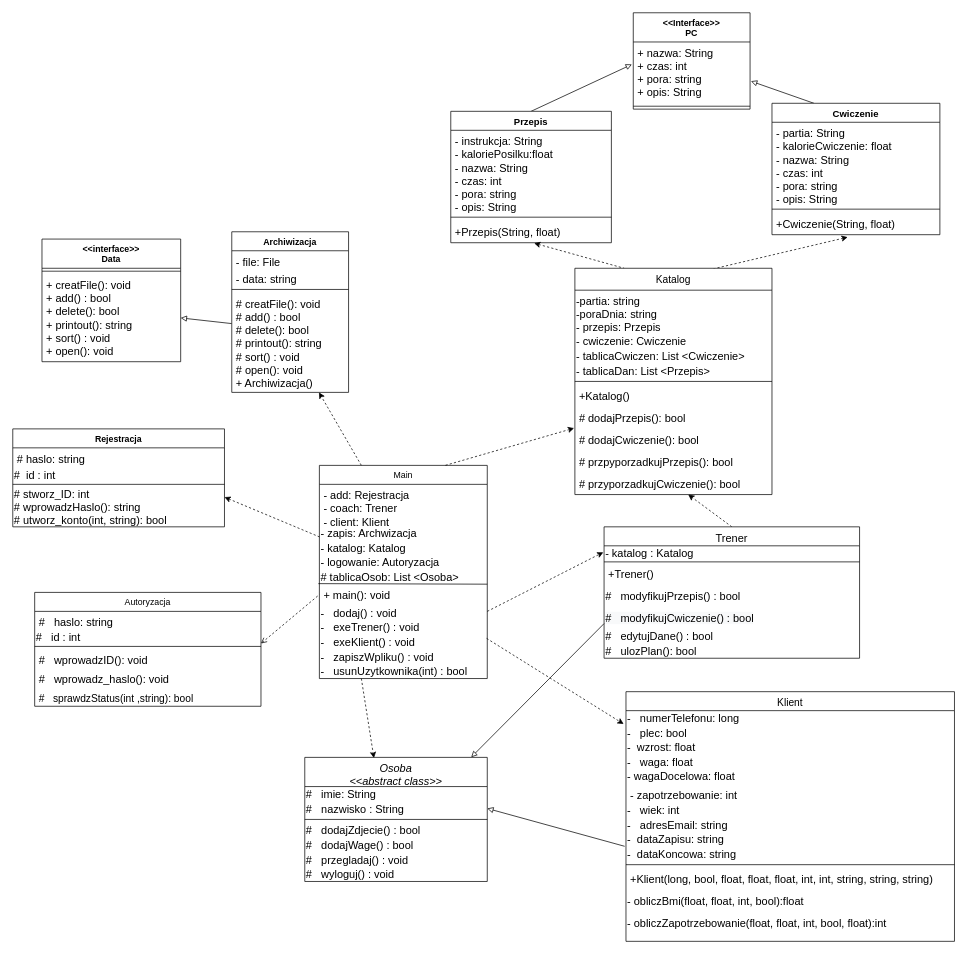
This is Untitled Diagram.drawio from szarl/Projekt-Programowanie-Obiektowe, a draw.io file, before an edit. Source tidied: cells renumbered, new cells numbered last; positions are measured from the earlier drawing's top-left corner, leaving out a move shared by most shapes. Both pictures are drawn from the tidied source at 73%, with x=0, y=0 at pixel (12, 12).
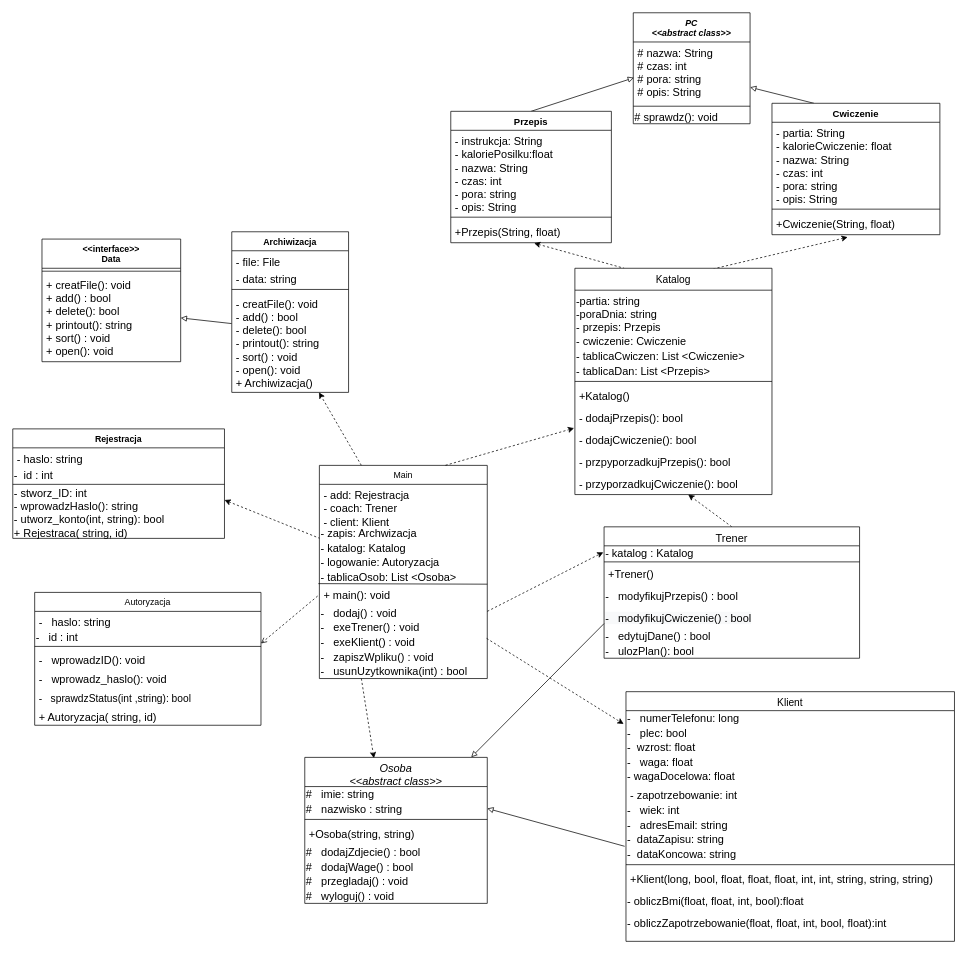
After the change.

Unchanged cells that the change refers to:
```xml
<mxCell id="4" value="Trener" style="swimlane;fontStyle=0;align=center;verticalAlign=top;horizontal=1;startSize=26;rounded=0;shadow=0;strokeWidth=1;fontSize=15;" parent="1" vertex="1">
  <mxGeometry x="810" y="704.2" width="350" height="180" as="geometry" />
</mxCell>
<mxCell id="14" value="Cwiczenie" style="swimlane;fontStyle=1;align=center;verticalAlign=top;horizontal=1;startSize=26;fontSize=13;" parent="1" vertex="1">
  <mxGeometry x="1040" y="124" width="230" height="180" as="geometry" />
</mxCell>
<mxCell id="20" value="Przepis" style="swimlane;fontStyle=1;align=center;verticalAlign=top;horizontal=1;startSize=26;fontSize=13;" parent="1" vertex="1">
  <mxGeometry x="600" y="135" width="220" height="180" as="geometry" />
</mxCell>
<mxCell id="48" value="Katalog" style="swimlane;fontStyle=0;align=center;verticalAlign=top;horizontal=1;startSize=30;rounded=0;shadow=0;strokeWidth=1;fontSize=14;" parent="1" vertex="1">
  <mxGeometry x="770" y="350" width="270" height="310" as="geometry" />
</mxCell>
<mxCell id="60" value="Main" style="swimlane;fontStyle=0;align=center;verticalAlign=top;horizontal=1;startSize=26;rounded=0;shadow=0;strokeWidth=1;" parent="1" vertex="1">
  <mxGeometry x="420" y="620" width="230" height="292" as="geometry" />
</mxCell>
<mxCell id="73" value="Archiwizacja" style="swimlane;fontStyle=1;align=center;verticalAlign=top;horizontal=1;startSize=26;" parent="1" vertex="1">
  <mxGeometry x="300" y="300" width="160" height="220" as="geometry" />
</mxCell>
```

Diff of the diagram source:
```diff
@@
-    <mxCell id="8" value="#&amp;nbsp; &amp;nbsp;modyfikujPrzepis() : bool" style="text;whiteSpace=wrap;html=1;fontSize=15;" parent="4" vertex="1">
+    <mxCell id="8" value="-&amp;nbsp; &amp;nbsp;modyfikujPrzepis() : bool" style="text;whiteSpace=wrap;html=1;fontSize=15;" parent="4" vertex="1">
       <mxGeometry y="80" width="350" height="30" as="geometry" />
     </mxCell>
-    <mxCell id="9" value="&lt;span style=&quot;color: rgb(0 , 0 , 0) ; font-family: &amp;#34;helvetica&amp;#34; ; font-size: 15px ; font-style: normal ; font-weight: 400 ; letter-spacing: normal ; text-align: left ; text-indent: 0px ; text-transform: none ; word-spacing: 0px ; background-color: rgb(248 , 249 , 250) ; display: inline ; float: none&quot;&gt;#&amp;nbsp; &amp;nbsp;modyfikujCwiczenie() : bool&lt;/span&gt;" style="text;whiteSpace=wrap;html=1;" parent="4" vertex="1">
+    <mxCell id="9" value="&lt;span style=&quot;color: rgb(0 , 0 , 0) ; font-family: &amp;#34;helvetica&amp;#34; ; font-size: 15px ; font-style: normal ; font-weight: 400 ; letter-spacing: normal ; text-align: left ; text-indent: 0px ; text-transform: none ; word-spacing: 0px ; background-color: rgb(248 , 249 , 250) ; display: inline ; float: none&quot;&gt;-&amp;nbsp; &amp;nbsp;modyfikujCwiczenie() : bool&lt;/span&gt;" style="text;whiteSpace=wrap;html=1;" parent="4" vertex="1">
       <mxGeometry y="110" width="350" height="30" as="geometry" />
     </mxCell>
-    <mxCell id="10" value="#&amp;nbsp; &amp;nbsp;edytujDane() : bool" style="text;html=1;align=left;verticalAlign=middle;strokeColor=none;fontSize=15;" parent="4" vertex="1">
+    <mxCell id="10" value="-&amp;nbsp; &amp;nbsp;edytujDane() : bool" style="text;html=1;align=left;verticalAlign=middle;strokeColor=none;fontSize=15;" parent="4" vertex="1">
       <mxGeometry y="140" width="350" height="20" as="geometry" />
     </mxCell>
-    <mxCell id="11" value="#&amp;nbsp; &amp;nbsp;ulozPlan(): bool" style="text;html=1;align=left;verticalAlign=middle;strokeColor=none;fontSize=15;" parent="4" vertex="1">
+    <mxCell id="11" value="-&amp;nbsp; &amp;nbsp;ulozPlan(): bool" style="text;html=1;align=left;verticalAlign=middle;strokeColor=none;fontSize=15;" parent="4" vertex="1">
       <mxGeometry y="160" width="350" height="20" as="geometry" />
     </mxCell>
@@
-    <mxCell id="13" style="edgeStyle=none;rounded=0;jettySize=auto;html=1;exitX=0.25;exitY=0;exitDx=0;exitDy=0;entryX=1.008;entryY=0.64;entryDx=0;entryDy=0;entryPerimeter=0;endArrow=block;endFill=0;" parent="1" edge="1" source="14" target="100">
+    <mxCell id="13" style="edgeStyle=none;rounded=0;jettySize=auto;html=1;exitX=0.25;exitY=0;exitDx=0;exitDy=0;endArrow=block;endFill=0;" parent="1" edge="1" source="14" target="100">
       <mxGeometry relative="1" as="geometry" />
     </mxCell>
@@
-    <mxCell id="19" style="rounded=0;jettySize=auto;html=1;exitX=0.5;exitY=0;exitDx=0;exitDy=0;entryX=-0.012;entryY=0.366;entryDx=0;entryDy=0;entryPerimeter=0;endArrow=block;endFill=0;" parent="1" edge="1" source="20" target="100">
+    <mxCell id="19" style="rounded=0;jettySize=auto;html=1;exitX=0.5;exitY=0;exitDx=0;exitDy=0;entryX=0.006;entryY=0.583;entryDx=0;entryDy=0;entryPerimeter=0;endArrow=block;endFill=0;" parent="1" edge="1" source="20" target="100">
       <mxGeometry relative="1" as="geometry" />
     </mxCell>
@@
     <mxCell id="41" value="Autoryzacja" style="swimlane;fontStyle=0;align=center;verticalAlign=top;horizontal=1;startSize=26;rounded=0;shadow=0;strokeWidth=1;" parent="1" vertex="1">
-      <mxGeometry x="30" y="794" width="310" height="156" as="geometry" />
+      <mxGeometry x="30" y="794" width="310" height="182" as="geometry" />
     </mxCell>
-    <mxCell id="42" value="#   haslo: string" style="text;align=left;verticalAlign=top;spacingLeft=4;spacingRight=4;overflow=hidden;rounded=0;shadow=0;html=0;fontSize=15;" parent="41" vertex="1">
+    <mxCell id="42" value="-   haslo: string" style="text;align=left;verticalAlign=top;spacingLeft=4;spacingRight=4;overflow=hidden;rounded=0;shadow=0;html=0;fontSize=15;" parent="41" vertex="1">
       <mxGeometry y="26" width="310" height="24" as="geometry" />
     </mxCell>
-    <mxCell id="43" value="#   id : int" style="text;align=left;verticalAlign=middle;spacingLeft=0;spacingRight=0;overflow=hidden;rounded=0;shadow=0;html=0;fontSize=15;" parent="41" vertex="1">
+    <mxCell id="43" value="-   id : int" style="text;align=left;verticalAlign=middle;spacingLeft=0;spacingRight=0;overflow=hidden;rounded=0;shadow=0;html=0;fontSize=15;" parent="41" vertex="1">
       <mxGeometry y="50" width="310" height="20" as="geometry" />
     </mxCell>
@@
-    <mxCell id="45" value="#   wprowadzID(): void" style="text;align=left;verticalAlign=top;spacingLeft=4;spacingRight=4;overflow=hidden;fontSize=15;" parent="41" vertex="1">
+    <mxCell id="45" value="-   wprowadzID(): void" style="text;align=left;verticalAlign=top;spacingLeft=4;spacingRight=4;overflow=hidden;fontSize=15;" parent="41" vertex="1">
       <mxGeometry y="78" width="310" height="26" as="geometry" />
     </mxCell>
-    <mxCell id="46" value="#   wprowadz_haslo(): void" style="text;align=left;verticalAlign=top;spacingLeft=4;spacingRight=4;overflow=hidden;fontSize=15;" parent="41" vertex="1">
+    <mxCell id="46" value="-   wprowadz_haslo(): void" style="text;align=left;verticalAlign=top;spacingLeft=4;spacingRight=4;overflow=hidden;fontSize=15;" parent="41" vertex="1">
       <mxGeometry y="104" width="310" height="26" as="geometry" />
     </mxCell>
-    <mxCell id="47" value="#   sprawdzStatus(int ,string): bool" style="text;align=left;verticalAlign=top;spacingLeft=4;spacingRight=4;overflow=hidden;fontSize=14;" parent="41" vertex="1">
+    <mxCell id="47" value="-   sprawdzStatus(int ,string): bool" style="text;align=left;verticalAlign=top;spacingLeft=4;spacingRight=4;overflow=hidden;fontSize=14;" parent="41" vertex="1">
       <mxGeometry y="130" width="310" height="26" as="geometry" />
     </mxCell>
+    <mxCell id="102" value="+ Autoryzacja( string, id)" style="text;align=left;verticalAlign=top;spacingLeft=4;spacingRight=4;overflow=hidden;fontSize=15;" parent="41" vertex="1">
+      <mxGeometry y="156" width="310" height="26" as="geometry" />
+    </mxCell>
@@
-    <mxCell id="54" value="# dodajPrzepis(): bool" style="text;align=left;verticalAlign=top;spacingLeft=4;spacingRight=4;overflow=hidden;fontSize=15;" parent="48" vertex="1">
+    <mxCell id="54" value="- dodajPrzepis(): bool" style="text;align=left;verticalAlign=top;spacingLeft=4;spacingRight=4;overflow=hidden;fontSize=15;" parent="48" vertex="1">
       <mxGeometry y="190" width="270" height="30" as="geometry" />
     </mxCell>
-    <mxCell id="55" value="# dodajCwiczenie(): bool" style="text;align=left;verticalAlign=top;spacingLeft=4;spacingRight=4;overflow=hidden;points=[[0,0.5],[1,0.5]];portConstraint=eastwest;fontSize=15;" parent="48" vertex="1">
+    <mxCell id="55" value="- dodajCwiczenie(): bool" style="text;align=left;verticalAlign=top;spacingLeft=4;spacingRight=4;overflow=hidden;points=[[0,0.5],[1,0.5]];portConstraint=eastwest;fontSize=15;" parent="48" vertex="1">
       <mxGeometry y="220" width="270" height="30" as="geometry" />
     </mxCell>
-    <mxCell id="56" value="# przpyporzadkujPrzepis(): bool" style="text;align=left;verticalAlign=top;spacingLeft=4;spacingRight=4;overflow=hidden;fontSize=15;" parent="48" vertex="1">
+    <mxCell id="56" value="- przpyporzadkujPrzepis(): bool" style="text;align=left;verticalAlign=top;spacingLeft=4;spacingRight=4;overflow=hidden;fontSize=15;" parent="48" vertex="1">
       <mxGeometry y="250" width="270" height="30" as="geometry" />
     </mxCell>
-    <mxCell id="57" value="# przyporzadkujCwiczenie(): bool" style="text;align=left;verticalAlign=top;spacingLeft=4;spacingRight=4;overflow=hidden;points=[[0,0.5],[1,0.5]];portConstraint=eastwest;fontSize=15;" parent="48" vertex="1">
+    <mxCell id="57" value="- przyporzadkujCwiczenie(): bool" style="text;align=left;verticalAlign=top;spacingLeft=4;spacingRight=4;overflow=hidden;points=[[0,0.5],[1,0.5]];portConstraint=eastwest;fontSize=15;" parent="48" vertex="1">
       <mxGeometry y="280" width="270" height="30" as="geometry" />
     </mxCell>
@@
-    <mxCell id="65" value="# tablicaOsob: List &lt;Osoba&gt;" style="text;align=left;verticalAlign=middle;spacingLeft=0;spacingRight=0;overflow=hidden;rounded=0;shadow=0;html=0;fontSize=15;" parent="60" vertex="1">
+    <mxCell id="65" value="- tablicaOsob: List &lt;Osoba&gt;" style="text;align=left;verticalAlign=middle;spacingLeft=0;spacingRight=0;overflow=hidden;rounded=0;shadow=0;html=0;fontSize=15;" parent="60" vertex="1">
       <mxGeometry y="142" width="230" height="20" as="geometry" />
     </mxCell>
@@
-    <mxCell id="77" value="# creatFile(): void&#10;# add() : bool&#10;# delete(): bool&#10;# printout(): string&#10;# sort() : void&#10;# open(): void&#10;+ Archiwizacja()" style="text;strokeColor=none;fillColor=none;align=left;verticalAlign=top;spacingLeft=4;spacingRight=4;overflow=hidden;points=[[0,0.5],[1,0.5]];portConstraint=eastwest;fontSize=15;" parent="73" vertex="1">
+    <mxCell id="77" value="- creatFile(): void&#10;- add() : bool&#10;- delete(): bool&#10;- printout(): string&#10;- sort() : void&#10;- open(): void&#10;+ Archiwizacja()" style="text;strokeColor=none;fillColor=none;align=left;verticalAlign=top;spacingLeft=4;spacingRight=4;overflow=hidden;points=[[0,0.5],[1,0.5]];portConstraint=eastwest;fontSize=15;" parent="73" vertex="1">
       <mxGeometry y="84" width="160" height="136" as="geometry" />
     </mxCell>
     <mxCell id="78" value="Osoba&#10;&lt;&lt;abstract class&gt;&gt;" style="swimlane;fontStyle=2;align=center;verticalAlign=top;horizontal=1;startSize=40;fontSize=15;" parent="1" vertex="1">
-      <mxGeometry x="400" y="1020" width="250" height="170" as="geometry" />
+      <mxGeometry x="400" y="1020" width="250" height="200" as="geometry" />
     </mxCell>
-    <mxCell id="79" value="#   imie: String" style="text;align=left;verticalAlign=middle;spacingLeft=0;spacingRight=0;overflow=hidden;fontSize=15;" parent="78" vertex="1">
+    <mxCell id="79" value="#   imie: string" style="text;align=left;verticalAlign=middle;spacingLeft=0;spacingRight=0;overflow=hidden;fontSize=15;" parent="78" vertex="1">
       <mxGeometry y="40" width="250" height="20" as="geometry" />
     </mxCell>
-    <mxCell id="80" value="#   nazwisko : String" style="text;align=left;verticalAlign=middle;spacingLeft=0;spacingRight=0;overflow=hidden;points=[[0,0.5],[1,0.5]];portConstraint=eastwest;rounded=0;shadow=0;html=0;fontSize=15;" parent="78" vertex="1">
+    <mxCell id="80" value="#   nazwisko : string" style="text;align=left;verticalAlign=middle;spacingLeft=0;spacingRight=0;overflow=hidden;points=[[0,0.5],[1,0.5]];portConstraint=eastwest;rounded=0;shadow=0;html=0;fontSize=15;" parent="78" vertex="1">
       <mxGeometry y="60" width="250" height="20" as="geometry" />
     </mxCell>
@@
+    <mxCell id="103" value="+Osoba(string, string)" style="text;align=left;verticalAlign=top;spacingLeft=4;spacingRight=4;overflow=hidden;fontSize=15;" parent="78" vertex="1">
+      <mxGeometry y="90" width="250" height="30" as="geometry" />
+    </mxCell>
     <mxCell id="82" value="#&amp;nbsp; &amp;nbsp;dodajZdjecie() : bool" style="text;html=1;align=left;verticalAlign=middle;strokeColor=none;fontSize=15;" parent="78" vertex="1">
-      <mxGeometry y="90" width="250" height="20" as="geometry" />
+      <mxGeometry y="120" width="250" height="20" as="geometry" />
     </mxCell>
     <mxCell id="83" value="#&amp;nbsp; &amp;nbsp;dodajWage() : bool" style="text;html=1;align=left;verticalAlign=middle;strokeColor=none;fontSize=15;" parent="78" vertex="1">
-      <mxGeometry y="110" width="250" height="20" as="geometry" />
+      <mxGeometry y="140" width="250" height="20" as="geometry" />
     </mxCell>
     <mxCell id="84" value="#&amp;nbsp; &amp;nbsp;przegladaj() : void" style="text;html=1;align=left;verticalAlign=middle;strokeColor=none;fontSize=15;" parent="78" vertex="1">
-      <mxGeometry y="130" width="250" height="20" as="geometry" />
+      <mxGeometry y="160" width="250" height="20" as="geometry" />
     </mxCell>
     <mxCell id="85" value="#&amp;nbsp; &amp;nbsp;wyloguj() : void" style="text;html=1;align=left;verticalAlign=middle;strokeColor=none;fontSize=15;" parent="78" vertex="1">
-      <mxGeometry y="150" width="250" height="20" as="geometry" />
+      <mxGeometry y="180" width="250" height="20" as="geometry" />
     </mxCell>
@@
     <mxCell id="89" value="Rejestracja" style="swimlane;fontStyle=1;align=center;verticalAlign=top;horizontal=1;startSize=26;" parent="1" vertex="1">
-      <mxGeometry y="570" width="290" height="134.2" as="geometry" />
+      <mxGeometry y="570" width="290" height="150" as="geometry" />
     </mxCell>
-    <mxCell id="90" value="# haslo: string" style="text;strokeColor=none;fillColor=none;align=left;verticalAlign=top;spacingLeft=4;spacingRight=4;overflow=hidden;fontSize=15;" parent="89" vertex="1">
+    <mxCell id="90" value="- haslo: string" style="text;strokeColor=none;fillColor=none;align=left;verticalAlign=top;spacingLeft=4;spacingRight=4;overflow=hidden;fontSize=15;" parent="89" vertex="1">
       <mxGeometry y="26" width="290" height="26" as="geometry" />
     </mxCell>
-    <mxCell id="91" value="#  id : int" style="text;align=left;verticalAlign=middle;spacingLeft=0;spacingRight=0;overflow=hidden;rounded=0;shadow=0;html=0;fontSize=15;" parent="89" vertex="1">
+    <mxCell id="91" value="-  id : int" style="text;align=left;verticalAlign=middle;spacingLeft=0;spacingRight=0;overflow=hidden;rounded=0;shadow=0;html=0;fontSize=15;" parent="89" vertex="1">
       <mxGeometry y="52" width="290" height="20" as="geometry" />
     </mxCell>
@@
-    <mxCell id="93" value="&lt;font style=&quot;font-size: 15px&quot;&gt;# stworz_ID: int&lt;br&gt;# wprowadzHaslo(): string&lt;br&gt;# utworz_konto(int, string): bool&lt;/font&gt;" style="text;html=1;strokeColor=none;fillColor=none;align=left;verticalAlign=middle;whiteSpace=wrap;rounded=0;" parent="89" vertex="1">
-      <mxGeometry y="80" width="290" height="54.2" as="geometry" />
+    <mxCell id="93" value="&lt;font style=&quot;font-size: 15px&quot;&gt;- stworz_ID: int&lt;br&gt;- wprowadzHaslo(): string&lt;br&gt;- utworz_konto(int, string): bool&lt;br&gt;+ Rejestraca( string, id)&lt;br&gt;&lt;/font&gt;" style="text;html=1;strokeColor=none;fillColor=none;align=left;verticalAlign=middle;whiteSpace=wrap;rounded=0;" parent="89" vertex="1">
+      <mxGeometry y="80" width="290" height="70" as="geometry" />
     </mxCell>
@@
-    <mxCell id="99" value="&lt;&lt;Interface&gt;&gt;&#10;PC" style="swimlane;fontStyle=1;align=center;verticalAlign=top;horizontal=1;startSize=40;" parent="1" vertex="1">
-      <mxGeometry x="850" width="160" height="132" as="geometry" />
+    <mxCell id="99" value="PC&#10;&lt;&lt;abstract class&gt;&gt;" style="swimlane;fontStyle=3;align=center;verticalAlign=top;horizontal=1;startSize=40;" parent="1" vertex="1">
+      <mxGeometry x="850" width="160" height="152" as="geometry" />
     </mxCell>
-    <mxCell id="100" value="+ nazwa: String&#10;+ czas: int&#10;+ pora: string&#10;+ opis: String" style="text;align=left;verticalAlign=top;spacingLeft=4;spacingRight=4;overflow=hidden;points=[[0,0.5],[1,0.5]];portConstraint=eastwest;fontSize=15;" parent="99" vertex="1">
+    <mxCell id="100" value="# nazwa: String&#10;# czas: int&#10;# pora: string&#10;# opis: String" style="text;align=left;verticalAlign=top;spacingLeft=4;spacingRight=4;overflow=hidden;points=[[0,0.5],[1,0.5]];portConstraint=eastwest;fontSize=15;" parent="99" vertex="1">
       <mxGeometry y="40" width="160" height="84" as="geometry" />
     </mxCell>
@@
+    <mxCell id="104" value="# sprawdz(): void" style="text;align=left;verticalAlign=middle;spacingLeft=0;spacingRight=0;overflow=hidden;rounded=0;shadow=0;html=0;fontSize=15;" parent="99" vertex="1">
+      <mxGeometry y="132" width="160" height="20" as="geometry" />
+    </mxCell>
```
